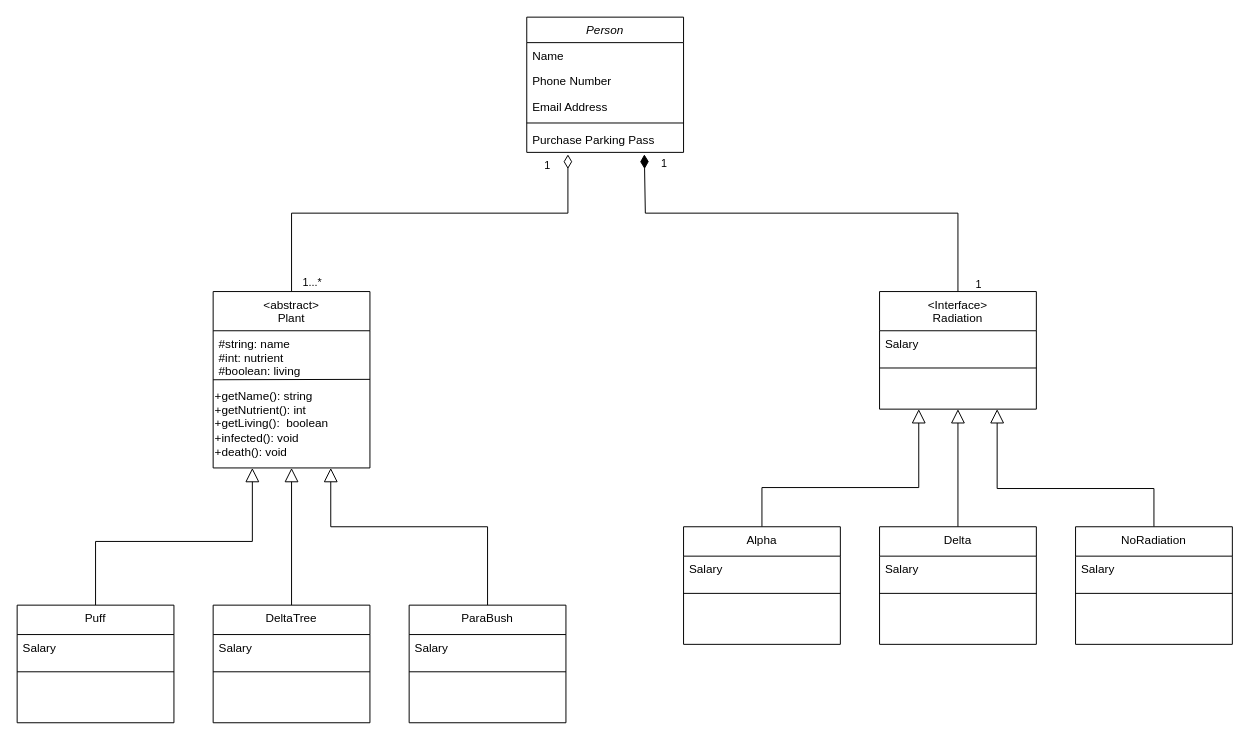
The draw.io diagram Untitled Diagram.drawio in summertx/uml, before the edit. Source tidied: cells renumbered, new cells numbered last; positions are measured from the earlier drawing's top-left corner, leaving out a move shared by most shapes. Both pictures are drawn from the tidied source at 98%, with x=0, y=0 at pixel (17, 17).
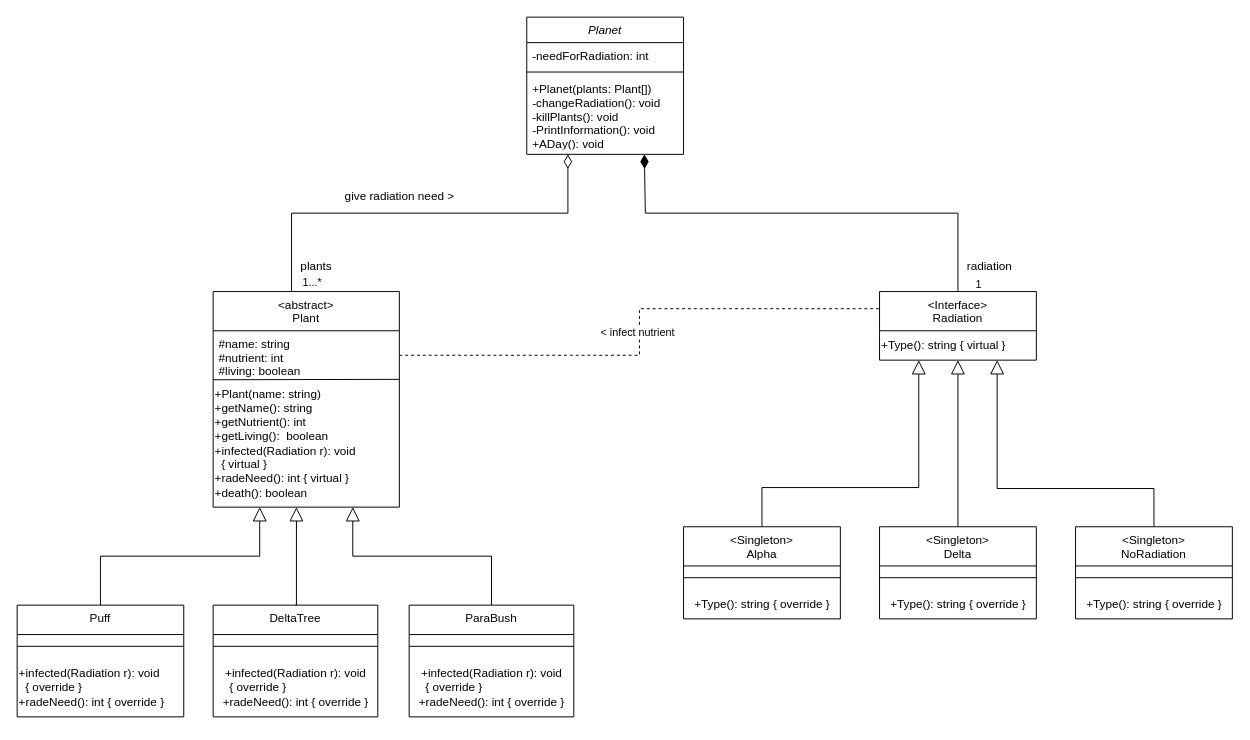
After the change.

Unchanged cells that the change refers to:
```xml
<mxCell id="8" style="edgeStyle=orthogonalEdgeStyle;rounded=0;orthogonalLoop=1;jettySize=auto;html=1;endArrow=diamondThin;endFill=0;endSize=12;labelPosition=left;verticalLabelPosition=top;align=right;verticalAlign=bottom;" parent="1" edge="1">
  <mxGeometry relative="1" as="geometry">
    <mxPoint x="280" y="280" as="sourcePoint" />
    <mxPoint x="562" y="140" as="targetPoint" />
    <Array as="points">
      <mxPoint x="280" y="200" />
      <mxPoint x="562" y="200" />
    </Array>
  </mxGeometry>
</mxCell>
<mxCell id="11" style="edgeStyle=orthogonalEdgeStyle;rounded=0;jettySize=auto;html=1;exitX=0.5;exitY=0;exitDx=0;exitDy=0;endSize=12;endArrow=diamondThin;endFill=1;labelPosition=left;verticalLabelPosition=middle;align=right;verticalAlign=middle;" parent="1" edge="1" source="14">
  <mxGeometry relative="1" as="geometry">
    <mxPoint x="640" y="140" as="targetPoint" />
    <Array as="points">
      <mxPoint x="960" y="200" />
      <mxPoint x="641" y="200" />
      <mxPoint x="641" y="140" />
    </Array>
  </mxGeometry>
</mxCell>
```

What changed in the source:
```diff
@@
-    <mxCell id="2" value="Person" style="swimlane;fontStyle=2;align=center;verticalAlign=top;horizontal=1;startSize=26;rounded=0;shadow=0;strokeWidth=1;" parent="1" vertex="1">
-      <mxGeometry x="520" width="160" height="138" as="geometry" />
+    <mxCell id="2" value="Planet" style="swimlane;fontStyle=2;align=center;verticalAlign=top;horizontal=1;startSize=26;rounded=0;shadow=0;strokeWidth=1;" parent="1" vertex="1">
+      <mxGeometry x="520" width="160" height="140" as="geometry" />
     </mxCell>
-    <mxCell id="3" value="Name" style="text;align=left;verticalAlign=top;spacingLeft=4;spacingRight=4;overflow=hidden;" parent="2" vertex="1">
-      <mxGeometry y="26" width="160" height="26" as="geometry" />
-    </mxCell>
-    <mxCell id="4" value="Phone Number" style="text;align=left;verticalAlign=top;spacingLeft=4;spacingRight=4;overflow=hidden;rounded=0;shadow=0;html=0;" parent="2" vertex="1">
-      <mxGeometry y="52" width="160" height="26" as="geometry" />
-    </mxCell>
-    <mxCell id="5" value="Email Address" style="text;align=left;verticalAlign=top;spacingLeft=4;spacingRight=4;overflow=hidden;rounded=0;shadow=0;html=0;" parent="2" vertex="1">
-      <mxGeometry y="78" width="160" height="26" as="geometry" />
+    <mxCell id="5" value="-needForRadiation: int" style="text;align=left;verticalAlign=top;spacingLeft=4;spacingRight=4;overflow=hidden;rounded=0;shadow=0;html=0;" parent="2" vertex="1">
+      <mxGeometry y="26" width="160" height="26" as="geometry" />
     </mxCell>
     <mxCell id="6" style="line;html=1;strokeWidth=1;align=left;verticalAlign=middle;spacingTop=-1;spacingLeft=3;spacingRight=3;labelPosition=right;" parent="2" vertex="1">
-      <mxGeometry y="104" width="160" height="8" as="geometry" />
+      <mxGeometry y="52" width="160" height="8" as="geometry" />
     </mxCell>
-    <mxCell id="7" value="Purchase Parking Pass" style="text;align=left;verticalAlign=top;spacingLeft=4;spacingRight=4;overflow=hidden;" parent="2" vertex="1">
-      <mxGeometry y="112" width="160" height="26" as="geometry" />
+    <mxCell id="7" value="+Planet(plants: Plant[])&#10;-changeRadiation(): void&#10;-killPlants(): void&#10;-PrintInformation(): void&#10;+ADay(): void&#10;" style="text;align=left;verticalAlign=top;spacingLeft=4;spacingRight=4;overflow=hidden;" parent="2" vertex="1">
+      <mxGeometry y="60" width="160" height="70" as="geometry" />
     </mxCell>
@@
-    <mxCell id="10" value="1" style="edgeLabel;html=1;align=center;verticalAlign=middle;" parent="8" vertex="1">
-      <mxGeometry x="0.98" y="3" relative="1" as="geometry">
-        <mxPoint x="-19" y="6" as="offset" />
-      </mxGeometry>
-    </mxCell>
@@
-    <mxCell id="12" value="1" style="edgeLabel;html=1;align=center;verticalAlign=middle;" parent="11" vertex="1">
-      <mxGeometry x="0.96" y="-2" relative="1" as="geometry">
-        <mxPoint x="17" as="offset" />
-      </mxGeometry>
-    </mxCell>
@@
     <mxCell id="14" value="&lt;Interface&gt;&#10;Radiation&#10;" style="swimlane;fontStyle=0;align=center;verticalAlign=top;horizontal=1;startSize=40;rounded=0;shadow=0;strokeWidth=1;" parent="1" vertex="1">
-      <mxGeometry x="880" y="280" width="160" height="120" as="geometry" />
+      <mxGeometry x="880" y="280" width="160" height="70" as="geometry" />
     </mxCell>
-    <mxCell id="15" value="Salary" style="text;align=left;verticalAlign=top;spacingLeft=4;spacingRight=4;overflow=hidden;" parent="14" vertex="1">
-      <mxGeometry y="40" width="160" height="26" as="geometry" />
-    </mxCell>
-    <mxCell id="16" style="line;html=1;strokeWidth=1;align=left;verticalAlign=middle;spacingTop=-1;spacingLeft=3;spacingRight=3;labelPosition=right;" parent="14" vertex="1">
-      <mxGeometry y="66" width="160" height="24" as="geometry" />
-    </mxCell>
+    <mxCell id="45" value="+Type(): string { virtual }" style="text;html=1;align=left;verticalAlign=middle;strokeColor=none;fillColor=none;" parent="14" vertex="1">
+      <mxGeometry y="40" width="160" height="30" as="geometry" />
+    </mxCell>
     <mxCell id="17" value="&lt;abstract&gt;&#10;Plant" style="swimlane;fontStyle=0;align=center;verticalAlign=top;horizontal=1;startSize=40;rounded=0;shadow=0;strokeWidth=1;" parent="1" vertex="1">
-      <mxGeometry x="200" y="280" width="160" height="180" as="geometry" />
+      <mxGeometry x="200" y="280" width="190" height="220" as="geometry" />
     </mxCell>
@@
-    <mxCell id="19" value="#string: name&#10;#int: nutrient&#10;#boolean: living" style="text;align=left;verticalAlign=top;spacingLeft=4;spacingRight=4;overflow=hidden;points=[[0,0.5],[1,0.5]];portConstraint=eastwest;" parent="17" vertex="1">
-      <mxGeometry y="40" width="160" height="50" as="geometry" />
+    <mxCell id="19" value="#name: string&#10;#nutrient: int&#10;#living: boolean" style="text;align=left;verticalAlign=top;spacingLeft=4;spacingRight=4;overflow=hidden;points=[[0,0.5],[1,0.5]];portConstraint=eastwest;" parent="17" vertex="1">
+      <mxGeometry y="40" width="190" height="50" as="geometry" />
     </mxCell>
-    <mxCell id="20" value="+getName(): string&lt;div&gt;+getNutrient(): int&lt;/div&gt;&lt;div&gt;+getLiving():&amp;nbsp; boolean&lt;/div&gt;&lt;div&gt;+infected(): void&lt;/div&gt;&lt;div&gt;+death(): void&lt;/div&gt;" style="text;html=1;align=left;verticalAlign=middle;points=[];strokeColor=none;fillColor=none;" parent="17" vertex="1">
-      <mxGeometry y="90" width="160" height="90" as="geometry" />
+    <mxCell id="20" value="&lt;div&gt;+Plant(name: string&lt;span style=&quot;background-color: initial;&quot;&gt;)&lt;/span&gt;&lt;/div&gt;+getName(): string&lt;div&gt;+getNutrient(): int&lt;/div&gt;&lt;div&gt;+getLiving():&amp;nbsp; boolean&lt;/div&gt;&lt;div&gt;+infected(Radiation r): void&lt;/div&gt;&lt;div&gt;&amp;nbsp; { virtual }&lt;/div&gt;&lt;div&gt;+radeNeed(): int { virtual }&lt;/div&gt;&lt;div&gt;+death(): boolean&lt;/div&gt;" style="text;html=1;align=left;verticalAlign=middle;points=[];strokeColor=none;fillColor=none;" parent="17" vertex="1">
+      <mxGeometry y="90" width="190" height="130" as="geometry" />
     </mxCell>
-    <mxCell id="21" style="edgeStyle=orthogonalEdgeStyle;rounded=0;jettySize=auto;html=1;entryX=0.5;entryY=1;entryDx=0;entryDy=0;endArrow=block;endFill=0;endSize=12;" parent="1" edge="1" source="22" target="17">
-      <mxGeometry relative="1" as="geometry" />
-    </mxCell>
     <mxCell id="22" value="DeltaTree" style="swimlane;fontStyle=0;align=center;verticalAlign=top;horizontal=1;startSize=30;rounded=0;shadow=0;strokeWidth=1;" parent="1" vertex="1">
-      <mxGeometry x="200" y="600" width="160" height="120" as="geometry" />
+      <mxGeometry x="200" y="600" width="168" height="114" as="geometry" />
     </mxCell>
-    <mxCell id="23" value="Salary" style="text;align=left;verticalAlign=top;spacingLeft=4;spacingRight=4;overflow=hidden;" parent="22" vertex="1">
-      <mxGeometry y="30" width="160" height="26" as="geometry" />
-    </mxCell>
     <mxCell id="24" style="line;html=1;strokeWidth=1;align=left;verticalAlign=middle;spacingTop=-1;spacingLeft=3;spacingRight=3;labelPosition=right;" parent="22" vertex="1">
-      <mxGeometry y="56" width="160" height="24" as="geometry" />
+      <mxGeometry y="30" width="168" height="24" as="geometry" />
     </mxCell>
+    <mxCell id="46" value="&lt;span style=&quot;text-align: left;&quot;&gt;+infected(Radiation r): void&lt;/span&gt;&lt;div style=&quot;text-align: left;&quot;&gt;&amp;nbsp; { override }&lt;/div&gt;&lt;div style=&quot;text-align: left;&quot;&gt;+radeNeed(): int { override }&lt;/div&gt;" style="text;html=1;align=center;verticalAlign=middle;strokeColor=none;fillColor=none;" parent="22" vertex="1">
+      <mxGeometry y="54" width="168" height="60" as="geometry" />
+    </mxCell>
     <mxCell id="25" style="edgeStyle=orthogonalEdgeStyle;rounded=0;jettySize=auto;html=1;exitX=0.5;exitY=0;exitDx=0;exitDy=0;entryX=0.75;entryY=1;entryDx=0;entryDy=0;endSize=12;endArrow=block;endFill=0;" parent="1" edge="1" source="26" target="17">
       <mxGeometry relative="1" as="geometry">
         <Array as="points">
-          <mxPoint x="480" y="520" />
-          <mxPoint x="320" y="520" />
+          <mxPoint x="484" y="550" />
+          <mxPoint x="343" y="550" />
         </Array>
       </mxGeometry>
     </mxCell>
     <mxCell id="26" value="ParaBush" style="swimlane;fontStyle=0;align=center;verticalAlign=top;horizontal=1;startSize=30;rounded=0;shadow=0;strokeWidth=1;" parent="1" vertex="1">
-      <mxGeometry x="400" y="600" width="160" height="120" as="geometry" />
+      <mxGeometry x="400" y="600" width="168" height="114" as="geometry" />
     </mxCell>
-    <mxCell id="27" value="Salary" style="text;align=left;verticalAlign=top;spacingLeft=4;spacingRight=4;overflow=hidden;" parent="26" vertex="1">
-      <mxGeometry y="30" width="160" height="26" as="geometry" />
-    </mxCell>
     <mxCell id="28" style="line;html=1;strokeWidth=1;align=left;verticalAlign=middle;spacingTop=-1;spacingLeft=3;spacingRight=3;labelPosition=right;" parent="26" vertex="1">
-      <mxGeometry y="56" width="160" height="24" as="geometry" />
+      <mxGeometry y="30" width="168" height="24" as="geometry" />
     </mxCell>
+    <mxCell id="47" value="&lt;span style=&quot;text-align: left;&quot;&gt;+infected(Radiation r): void&lt;/span&gt;&lt;div style=&quot;text-align: left;&quot;&gt;&amp;nbsp; { override }&lt;/div&gt;&lt;div style=&quot;text-align: left;&quot;&gt;+radeNeed(): int { override }&lt;/div&gt;" style="text;html=1;align=center;verticalAlign=middle;strokeColor=none;fillColor=none;" parent="26" vertex="1">
+      <mxGeometry y="54" width="168" height="60" as="geometry" />
+    </mxCell>
     <mxCell id="29" style="edgeStyle=orthogonalEdgeStyle;rounded=0;jettySize=auto;html=1;exitX=0.5;exitY=0;exitDx=0;exitDy=0;entryX=0.25;entryY=1;entryDx=0;entryDy=0;endSize=12;endArrow=block;endFill=0;" parent="1" edge="1" source="30" target="17">
-      <mxGeometry relative="1" as="geometry" />
+      <mxGeometry relative="1" as="geometry">
+        <Array as="points">
+          <mxPoint x="85" y="550" />
+          <mxPoint x="248" y="550" />
+        </Array>
+      </mxGeometry>
     </mxCell>
     <mxCell id="30" value="Puff" style="swimlane;fontStyle=0;align=center;verticalAlign=top;horizontal=1;startSize=30;rounded=0;shadow=0;strokeWidth=1;" parent="1" vertex="1">
-      <mxGeometry y="600" width="160" height="120" as="geometry" />
+      <mxGeometry y="600" width="170" height="114" as="geometry" />
     </mxCell>
-    <mxCell id="31" value="Salary" style="text;align=left;verticalAlign=top;spacingLeft=4;spacingRight=4;overflow=hidden;" parent="30" vertex="1">
-      <mxGeometry y="30" width="160" height="26" as="geometry" />
-    </mxCell>
     <mxCell id="32" style="line;html=1;strokeWidth=1;align=left;verticalAlign=middle;spacingTop=-1;spacingLeft=3;spacingRight=3;labelPosition=right;" parent="30" vertex="1">
-      <mxGeometry y="56" width="160" height="24" as="geometry" />
+      <mxGeometry y="30" width="170" height="24" as="geometry" />
     </mxCell>
+    <mxCell id="48" value="+infected(Radiation r): void&lt;div&gt;&amp;nbsp; { override }&lt;/div&gt;&lt;div&gt;+radeNeed(): int { override }&lt;/div&gt;" style="text;html=1;align=left;verticalAlign=middle;strokeColor=none;fillColor=none;" parent="30" vertex="1">
+      <mxGeometry y="54" width="170" height="60" as="geometry" />
+    </mxCell>
@@
-    <mxCell id="34" value="Delta" style="swimlane;fontStyle=0;align=center;verticalAlign=top;horizontal=1;startSize=30;rounded=0;shadow=0;strokeWidth=1;" parent="1" vertex="1">
-      <mxGeometry x="880" y="520" width="160" height="120" as="geometry" />
+    <mxCell id="34" value="&lt;Singleton&gt;&#10;Delta" style="swimlane;fontStyle=0;align=center;verticalAlign=top;horizontal=1;startSize=40;rounded=0;shadow=0;strokeWidth=1;" parent="1" vertex="1">
+      <mxGeometry x="880" y="520" width="160" height="94" as="geometry" />
     </mxCell>
-    <mxCell id="35" value="Salary" style="text;align=left;verticalAlign=top;spacingLeft=4;spacingRight=4;overflow=hidden;" parent="34" vertex="1">
-      <mxGeometry y="30" width="160" height="26" as="geometry" />
-    </mxCell>
     <mxCell id="36" style="line;html=1;strokeWidth=1;align=left;verticalAlign=middle;spacingTop=-1;spacingLeft=3;spacingRight=3;labelPosition=right;" parent="34" vertex="1">
-      <mxGeometry y="56" width="160" height="24" as="geometry" />
+      <mxGeometry y="40" width="160" height="24" as="geometry" />
     </mxCell>
+    <mxCell id="49" value="+Type(): string { override }" style="text;html=1;align=center;verticalAlign=middle;strokeColor=none;fillColor=none;" parent="34" vertex="1">
+      <mxGeometry y="64" width="160" height="30" as="geometry" />
+    </mxCell>
@@
-    <mxCell id="38" value="Alpha" style="swimlane;fontStyle=0;align=center;verticalAlign=top;horizontal=1;startSize=30;rounded=0;shadow=0;strokeWidth=1;" parent="1" vertex="1">
-      <mxGeometry x="680" y="520" width="160" height="120" as="geometry" />
+    <mxCell id="38" value="&lt;Singleton&gt;&#10;Alpha" style="swimlane;fontStyle=0;align=center;verticalAlign=top;horizontal=1;startSize=40;rounded=0;shadow=0;strokeWidth=1;" parent="1" vertex="1">
+      <mxGeometry x="680" y="520" width="160" height="94" as="geometry" />
     </mxCell>
-    <mxCell id="39" value="Salary" style="text;align=left;verticalAlign=top;spacingLeft=4;spacingRight=4;overflow=hidden;" parent="38" vertex="1">
-      <mxGeometry y="30" width="160" height="26" as="geometry" />
-    </mxCell>
     <mxCell id="40" style="line;html=1;strokeWidth=1;align=left;verticalAlign=middle;spacingTop=-1;spacingLeft=3;spacingRight=3;labelPosition=right;" parent="38" vertex="1">
-      <mxGeometry y="56" width="160" height="24" as="geometry" />
+      <mxGeometry y="40" width="160" height="24" as="geometry" />
     </mxCell>
+    <mxCell id="50" value="+Type(): string { override }" style="text;html=1;align=center;verticalAlign=middle;strokeColor=none;fillColor=none;" parent="38" vertex="1">
+      <mxGeometry y="64" width="160" height="30" as="geometry" />
+    </mxCell>
@@
-    <mxCell id="42" value="NoRadiation" style="swimlane;fontStyle=0;align=center;verticalAlign=top;horizontal=1;startSize=30;rounded=0;shadow=0;strokeWidth=1;" parent="1" vertex="1">
-      <mxGeometry x="1080" y="520" width="160" height="120" as="geometry" />
+    <mxCell id="42" value="&lt;Singleton&gt;&#10;NoRadiation" style="swimlane;fontStyle=0;align=center;verticalAlign=top;horizontal=1;startSize=40;rounded=0;shadow=0;strokeWidth=1;" parent="1" vertex="1">
+      <mxGeometry x="1080" y="520" width="160" height="94" as="geometry" />
     </mxCell>
-    <mxCell id="43" value="Salary" style="text;align=left;verticalAlign=top;spacingLeft=4;spacingRight=4;overflow=hidden;" parent="42" vertex="1">
-      <mxGeometry y="30" width="160" height="26" as="geometry" />
-    </mxCell>
     <mxCell id="44" style="line;html=1;strokeWidth=1;align=left;verticalAlign=middle;spacingTop=-1;spacingLeft=3;spacingRight=3;labelPosition=right;" parent="42" vertex="1">
-      <mxGeometry y="56" width="160" height="24" as="geometry" />
+      <mxGeometry y="40" width="160" height="24" as="geometry" />
     </mxCell>
+    <mxCell id="51" value="+Type(): string { override }" style="text;html=1;align=center;verticalAlign=middle;strokeColor=none;fillColor=none;" parent="42" vertex="1">
+      <mxGeometry y="64" width="160" height="30" as="geometry" />
+    </mxCell>
+    <mxCell id="52" style="edgeStyle=orthogonalEdgeStyle;rounded=0;jettySize=auto;html=1;exitX=0.5;exitY=0;exitDx=0;exitDy=0;endSize=12;endArrow=block;endFill=0;" parent="1" edge="1" source="22" target="20">
+      <mxGeometry relative="1" as="geometry">
+        <Array as="points">
+          <mxPoint x="285" y="600" />
+        </Array>
+      </mxGeometry>
+    </mxCell>
+    <mxCell id="53" value="give radiation need &amp;gt;" style="text;html=1;align=center;verticalAlign=middle;strokeColor=none;fillColor=none;" parent="1" vertex="1">
+      <mxGeometry x="320" y="168" width="140" height="30" as="geometry" />
+    </mxCell>
+    <mxCell id="54" style="edgeStyle=orthogonalEdgeStyle;rounded=0;jettySize=auto;html=1;exitX=1;exitY=0.5;exitDx=0;exitDy=0;entryX=0;entryY=0.25;entryDx=0;entryDy=0;endArrow=none;endFill=0;dashed=1;" parent="1" edge="1" source="19" target="14">
+      <mxGeometry relative="1" as="geometry" />
+    </mxCell>
+    <mxCell id="55" value="&amp;lt; infect nutrient" style="edgeLabel;html=1;align=center;verticalAlign=middle;" parent="54" vertex="1">
+      <mxGeometry y="3" relative="1" as="geometry" />
+    </mxCell>
+    <mxCell id="56" value="plants" style="text;html=1;align=center;verticalAlign=middle;strokeColor=none;fillColor=none;" parent="1" vertex="1">
+      <mxGeometry x="275" y="240" width="60" height="30" as="geometry" />
+    </mxCell>
+    <mxCell id="57" value="radiation" style="text;html=1;align=center;verticalAlign=middle;strokeColor=none;fillColor=none;" parent="1" vertex="1">
+      <mxGeometry x="957" y="240" width="70" height="30" as="geometry" />
+    </mxCell>
```
